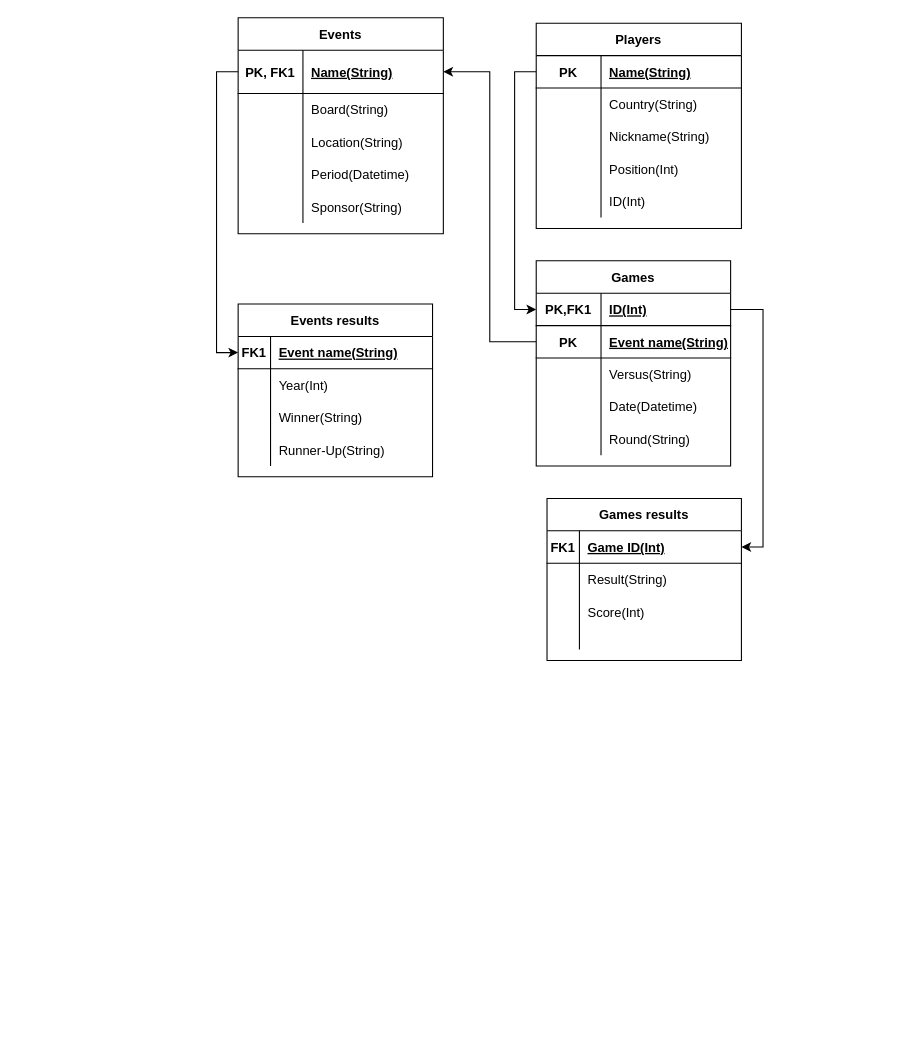
Before: page "Page-2" (2 of 2) of rgrERD.drawio in Kochtyan/VisProgRGR, a draw.io diagram. Source tidied: cells renumbered, new cells numbered last; positions are measured from the earlier drawing's top-left corner, leaving out a move shared by most shapes. Both pictures are drawn from the tidied source at 108%, with x=0, y=0 at pixel (238, 17).
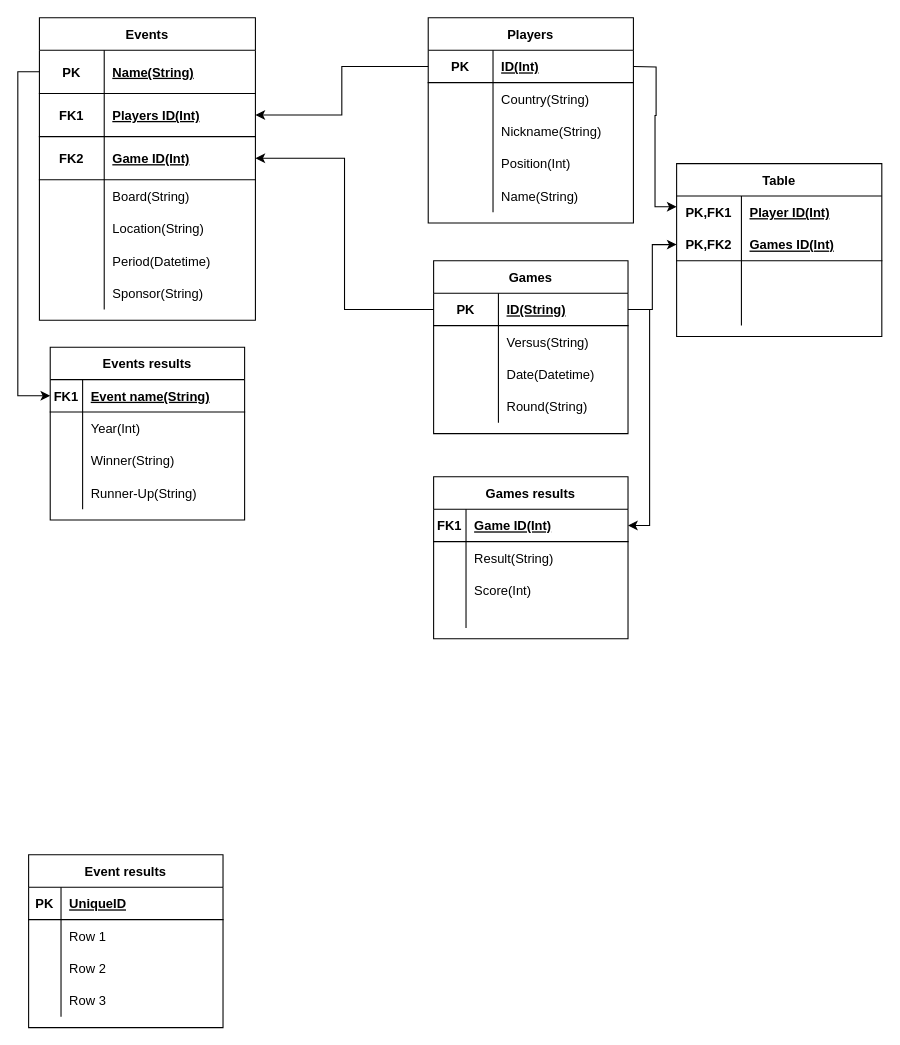
The same diagram, later.

Unchanged cells that the change refers to:
```xml
<mxCell id="3" style="shape=tableRow;horizontal=0;startSize=0;swimlaneHead=0;swimlaneBody=0;fillColor=none;points=[[0,0.5],[1,0.5]];portConstraint=eastwest;top=0;left=0;right=0;bottom=1;" parent="2" vertex="1">
  <mxGeometry y="30" width="190" height="30" as="geometry" />
</mxCell>
<mxCell id="15" style="shape=tableRow;horizontal=0;startSize=0;swimlaneHead=0;swimlaneBody=0;fillColor=none;top=0;left=0;right=0;bottom=0;" parent="2" vertex="1">
  <mxGeometry y="150" width="190" height="30" as="geometry" />
</mxCell>
<mxCell id="51" style="shape=tableRow;horizontal=0;startSize=0;swimlaneHead=0;swimlaneBody=0;fillColor=none;points=[[0,0.5],[1,0.5]];portConstraint=eastwest;top=0;left=0;right=0;bottom=1;" parent="50" vertex="1">
  <mxGeometry y="30" width="180" height="30" as="geometry" />
</mxCell>
<mxCell id="66" style="shape=tableRow;horizontal=0;startSize=0;swimlaneHead=0;swimlaneBody=0;fillColor=none;points=[[0,0.5],[1,0.5]];portConstraint=eastwest;top=0;left=0;right=0;bottom=1;" parent="65" vertex="1">
  <mxGeometry y="30" width="180" height="30" as="geometry" />
</mxCell>
```

What changed in the source:
```diff
@@
     <mxCell id="2" value="Players" style="shape=table;startSize=30;childLayout=tableLayout;rowLines=0;fontStyle=1;align=center;" parent="1" vertex="1">
-      <mxGeometry x="276" y="5" width="190" height="190" as="geometry" />
+      <mxGeometry x="176" width="190" height="190" as="geometry" />
     </mxCell>
@@
-    <mxCell id="5" value="Name(String)" style="shape=partialRectangle;fillColor=none;top=0;left=0;bottom=0;right=0;align=left;spacingLeft=6;fontStyle=5;overflow=hidden;" parent="3" vertex="1">
-      <mxGeometry x="60" width="130" height="30" as="geometry" />
-    </mxCell>
+    <mxCell id="37" value="ID(Int)" style="shape=partialRectangle;fillColor=none;top=0;left=0;bottom=0;right=0;align=left;spacingLeft=6;fontStyle=5;overflow=hidden;" parent="3" vertex="1">
+      <mxGeometry x="60" width="130" height="30" as="geometry" />
+    </mxCell>
@@
-    <mxCell id="17" value="ID(Int)" style="shape=partialRectangle;fillColor=none;top=0;left=0;bottom=0;right=0;align=left;spacingLeft=6;overflow=hidden;" parent="15" vertex="1">
+    <mxCell id="17" value="Name(String)" style="shape=partialRectangle;fillColor=none;top=0;left=0;bottom=0;right=0;align=left;spacingLeft=6;overflow=hidden;" parent="15" vertex="1">
       <mxGeometry x="60" width="130" height="30" as="geometry" />
     </mxCell>
     <mxCell id="18" value="Events" style="shape=table;startSize=30;childLayout=tableLayout;rowLines=0;fontStyle=1;align=center;" parent="1" vertex="1">
-      <mxGeometry width="190" height="200" as="geometry" />
+      <mxGeometry x="-184" width="200" height="280" as="geometry" />
     </mxCell>
+    <mxCell id="80" style="shape=tableRow;horizontal=0;startSize=0;swimlaneHead=0;swimlaneBody=0;fillColor=none;points=[[0,0.5],[1,0.5]];portConstraint=eastwest;top=0;left=0;right=0;bottom=1;" parent="18" vertex="1">
+      <mxGeometry y="30" width="200" height="40" as="geometry" />
+    </mxCell>
+    <mxCell id="81" value="PK" style="shape=partialRectangle;fillColor=none;top=0;left=0;bottom=0;right=0;fontStyle=1;overflow=hidden;" parent="80" vertex="1">
+      <mxGeometry width="60" height="40" as="geometry" />
+    </mxCell>
+    <mxCell id="5" value="Name(String)" style="shape=partialRectangle;fillColor=none;top=0;left=0;bottom=0;right=0;align=left;spacingLeft=6;fontStyle=5;overflow=hidden;" parent="80" vertex="1">
+      <mxGeometry x="60" width="140" height="40" as="geometry" />
+    </mxCell>
+    <mxCell id="82" style="shape=tableRow;horizontal=0;startSize=0;swimlaneHead=0;swimlaneBody=0;fillColor=none;points=[[0,0.5],[1,0.5]];portConstraint=eastwest;top=0;left=0;right=0;bottom=1;" parent="18" vertex="1">
+      <mxGeometry y="70" width="200" height="40" as="geometry" />
+    </mxCell>
+    <mxCell id="83" value="FK1" style="shape=partialRectangle;fillColor=none;top=0;left=0;bottom=0;right=0;fontStyle=1;overflow=hidden;" parent="82" vertex="1">
+      <mxGeometry width="60" height="40" as="geometry" />
+    </mxCell>
+    <mxCell id="84" value="Players ID(Int)" style="shape=partialRectangle;fillColor=none;top=0;left=0;bottom=0;right=0;align=left;spacingLeft=6;fontStyle=5;overflow=hidden;" parent="82" vertex="1">
+      <mxGeometry x="60" width="140" height="40" as="geometry" />
+    </mxCell>
     <mxCell id="19" style="shape=tableRow;horizontal=0;startSize=0;swimlaneHead=0;swimlaneBody=0;fillColor=none;points=[[0,0.5],[1,0.5]];portConstraint=eastwest;top=0;left=0;right=0;bottom=1;" parent="18" vertex="1">
-      <mxGeometry y="30" width="190" height="40" as="geometry" />
+      <mxGeometry y="110" width="200" height="40" as="geometry" />
     </mxCell>
-    <mxCell id="20" value="PK, FK1" style="shape=partialRectangle;fillColor=none;top=0;left=0;bottom=0;right=0;fontStyle=1;overflow=hidden;" parent="19" vertex="1">
+    <mxCell id="20" value="FK2" style="shape=partialRectangle;fillColor=none;top=0;left=0;bottom=0;right=0;fontStyle=1;overflow=hidden;" parent="19" vertex="1">
       <mxGeometry width="60" height="40" as="geometry" />
     </mxCell>
-    <mxCell id="21" value="Name(String)" style="shape=partialRectangle;fillColor=none;top=0;left=0;bottom=0;right=0;align=left;spacingLeft=6;fontStyle=5;overflow=hidden;" parent="19" vertex="1">
-      <mxGeometry x="60" width="130" height="40" as="geometry" />
+    <mxCell id="21" value="Game ID(Int)" style="shape=partialRectangle;fillColor=none;top=0;left=0;bottom=0;right=0;align=left;spacingLeft=6;fontStyle=5;overflow=hidden;" parent="19" vertex="1">
+      <mxGeometry x="60" width="140" height="40" as="geometry" />
     </mxCell>
     <mxCell id="22" style="shape=tableRow;horizontal=0;startSize=0;swimlaneHead=0;swimlaneBody=0;fillColor=none;top=0;left=0;right=0;bottom=0;" parent="18" vertex="1">
-      <mxGeometry y="70" width="190" height="30" as="geometry" />
+      <mxGeometry y="150" width="200" height="30" as="geometry" />
     </mxCell>
@@
     <mxCell id="24" value="Board(String)" style="shape=partialRectangle;fillColor=none;top=0;left=0;bottom=0;right=0;align=left;spacingLeft=6;overflow=hidden;" parent="22" vertex="1">
-      <mxGeometry x="60" width="130" height="30" as="geometry" />
+      <mxGeometry x="60" width="140" height="30" as="geometry" />
     </mxCell>
     <mxCell id="25" style="shape=tableRow;horizontal=0;startSize=0;swimlaneHead=0;swimlaneBody=0;fillColor=none;top=0;left=0;right=0;bottom=0;" parent="18" vertex="1">
-      <mxGeometry y="100" width="190" height="30" as="geometry" />
+      <mxGeometry y="180" width="200" height="30" as="geometry" />
     </mxCell>
@@
     <mxCell id="27" value="Location(String)" style="shape=partialRectangle;fillColor=none;top=0;left=0;bottom=0;right=0;align=left;spacingLeft=6;overflow=hidden;" parent="25" vertex="1">
-      <mxGeometry x="60" width="130" height="30" as="geometry" />
+      <mxGeometry x="60" width="140" height="30" as="geometry" />
     </mxCell>
     <mxCell id="28" style="shape=tableRow;horizontal=0;startSize=0;swimlaneHead=0;swimlaneBody=0;fillColor=none;top=0;left=0;right=0;bottom=0;" parent="18" vertex="1">
-      <mxGeometry y="130" width="190" height="30" as="geometry" />
+      <mxGeometry y="210" width="200" height="30" as="geometry" />
     </mxCell>
@@
     <mxCell id="30" value="Period(Datetime)" style="shape=partialRectangle;fillColor=none;top=0;left=0;bottom=0;right=0;align=left;spacingLeft=6;overflow=hidden;" parent="28" vertex="1">
-      <mxGeometry x="60" width="130" height="30" as="geometry" />
+      <mxGeometry x="60" width="140" height="30" as="geometry" />
     </mxCell>
     <mxCell id="31" style="shape=tableRow;horizontal=0;startSize=0;swimlaneHead=0;swimlaneBody=0;fillColor=none;top=0;left=0;right=0;bottom=0;" parent="18" vertex="1">
-      <mxGeometry y="160" width="190" height="30" as="geometry" />
+      <mxGeometry y="240" width="200" height="30" as="geometry" />
     </mxCell>
@@
     <mxCell id="33" value="Sponsor(String)" style="shape=partialRectangle;fillColor=none;top=0;left=0;bottom=0;right=0;align=left;spacingLeft=6;overflow=hidden;" parent="31" vertex="1">
-      <mxGeometry x="60" width="130" height="30" as="geometry" />
+      <mxGeometry x="60" width="140" height="30" as="geometry" />
     </mxCell>
     <mxCell id="34" value="Games" style="shape=table;startSize=30;childLayout=tableLayout;rowLines=0;fontStyle=1;align=center;" parent="1" vertex="1">
-      <mxGeometry x="276" y="225" width="180" height="190" as="geometry" />
+      <mxGeometry x="181" y="225" width="180" height="160" as="geometry" />
     </mxCell>
-    <mxCell id="35" style="shape=tableRow;horizontal=0;startSize=0;swimlaneHead=0;swimlaneBody=0;fillColor=none;points=[[0,0.5],[1,0.5]];portConstraint=eastwest;top=0;left=0;right=0;bottom=1;" parent="34" vertex="1">
-      <mxGeometry y="30" width="180" height="30" as="geometry" />
-    </mxCell>
-    <mxCell id="36" value="PK,FK1" style="shape=partialRectangle;fillColor=none;top=0;left=0;bottom=0;right=0;fontStyle=1;overflow=hidden;" parent="35" vertex="1">
-      <mxGeometry width="60" height="30" as="geometry" />
-    </mxCell>
-    <mxCell id="37" value="ID(Int)" style="shape=partialRectangle;fillColor=none;top=0;left=0;bottom=0;right=0;align=left;spacingLeft=6;fontStyle=5;overflow=hidden;" parent="35" vertex="1">
-      <mxGeometry x="60" width="120" height="30" as="geometry" />
-    </mxCell>
     <mxCell id="38" style="shape=tableRow;horizontal=0;startSize=0;swimlaneHead=0;swimlaneBody=0;fillColor=none;points=[[0,0.5],[1,0.5]];portConstraint=eastwest;top=0;left=0;right=0;bottom=1;" parent="34" vertex="1">
-      <mxGeometry y="60" width="180" height="30" as="geometry" />
+      <mxGeometry y="30" width="180" height="30" as="geometry" />
     </mxCell>
@@
-    <mxCell id="40" value="Event name(String)" style="shape=partialRectangle;fillColor=none;top=0;left=0;bottom=0;right=0;align=left;spacingLeft=6;fontStyle=5;overflow=hidden;" parent="38" vertex="1">
+    <mxCell id="40" value="ID(String)" style="shape=partialRectangle;fillColor=none;top=0;left=0;bottom=0;right=0;align=left;spacingLeft=6;fontStyle=5;overflow=hidden;" parent="38" vertex="1">
       <mxGeometry x="60" width="120" height="30" as="geometry" />
     </mxCell>
     <mxCell id="41" style="shape=tableRow;horizontal=0;startSize=0;swimlaneHead=0;swimlaneBody=0;fillColor=none;top=0;left=0;right=0;bottom=0;" parent="34" vertex="1">
-      <mxGeometry y="90" width="180" height="30" as="geometry" />
+      <mxGeometry y="60" width="180" height="30" as="geometry" />
     </mxCell>
@@
     <mxCell id="44" style="shape=tableRow;horizontal=0;startSize=0;swimlaneHead=0;swimlaneBody=0;fillColor=none;top=0;left=0;right=0;bottom=0;" parent="34" vertex="1">
-      <mxGeometry y="120" width="180" height="30" as="geometry" />
+      <mxGeometry y="90" width="180" height="30" as="geometry" />
     </mxCell>
@@
     <mxCell id="47" style="shape=tableRow;horizontal=0;startSize=0;swimlaneHead=0;swimlaneBody=0;fillColor=none;top=0;left=0;right=0;bottom=0;" parent="34" vertex="1">
-      <mxGeometry y="150" width="180" height="30" as="geometry" />
+      <mxGeometry y="120" width="180" height="30" as="geometry" />
     </mxCell>
@@
     <mxCell id="50" value="Games results" style="shape=table;startSize=30;childLayout=tableLayout;rowLines=0;fontStyle=1;align=center;" parent="1" vertex="1">
-      <mxGeometry x="286" y="445" width="180" height="150" as="geometry" />
+      <mxGeometry x="181" y="425" width="180" height="150" as="geometry" />
     </mxCell>
@@
-    <mxCell id="63" style="edgeStyle=orthogonalEdgeStyle;rounded=0;jettySize=auto;html=1;exitX=0;exitY=0.5;exitDx=0;exitDy=0;entryX=0;entryY=0.5;entryDx=0;entryDy=0;" parent="1" edge="1" source="3" target="35">
-      <mxGeometry relative="1" as="geometry" />
-    </mxCell>
-    <mxCell id="64" style="edgeStyle=orthogonalEdgeStyle;rounded=0;jettySize=auto;html=1;entryX=1;entryY=0.5;entryDx=0;entryDy=0;" parent="1" edge="1" source="35" target="51">
-      <mxGeometry relative="1" as="geometry" />
-    </mxCell>
     <mxCell id="65" value="Events results" style="shape=table;startSize=30;childLayout=tableLayout;rowLines=0;fontStyle=1;align=center;" parent="1" vertex="1">
-      <mxGeometry y="265" width="180" height="160" as="geometry" />
+      <mxGeometry x="-174" y="305" width="180" height="160" as="geometry" />
     </mxCell>
@@
-    <mxCell id="79" style="edgeStyle=orthogonalEdgeStyle;rounded=0;jettySize=auto;html=1;entryX=0;entryY=0.5;entryDx=0;entryDy=0;" parent="1" edge="1" source="19" target="66">
-      <mxGeometry relative="1" as="geometry" />
-    </mxCell>
+    <mxCell id="85" value="Event results" style="shape=table;startSize=30;childLayout=tableLayout;rowLines=0;fontStyle=1;align=center;" parent="1" vertex="1">
+      <mxGeometry x="-194" y="775" width="180" height="160" as="geometry" />
+    </mxCell>
+    <mxCell id="35" style="shape=tableRow;horizontal=0;startSize=0;swimlaneHead=0;swimlaneBody=0;fillColor=none;points=[[0,0.5],[1,0.5]];portConstraint=eastwest;top=0;left=0;right=0;bottom=1;" parent="85" vertex="1">
+      <mxGeometry y="30" width="180" height="30" as="geometry" />
+    </mxCell>
+    <mxCell id="86" value="PK" style="shape=partialRectangle;fillColor=none;top=0;left=0;bottom=0;right=0;fontStyle=1;overflow=hidden;" parent="35" vertex="1">
+      <mxGeometry width="30" height="30" as="geometry" />
+    </mxCell>
+    <mxCell id="87" value="UniqueID" style="shape=partialRectangle;fillColor=none;top=0;left=0;bottom=0;right=0;align=left;spacingLeft=6;fontStyle=5;overflow=hidden;" parent="35" vertex="1">
+      <mxGeometry x="30" width="150" height="30" as="geometry" />
+    </mxCell>
+    <mxCell id="88" style="shape=tableRow;horizontal=0;startSize=0;swimlaneHead=0;swimlaneBody=0;fillColor=none;top=0;left=0;right=0;bottom=0;" parent="85" vertex="1">
+      <mxGeometry y="60" width="180" height="30" as="geometry" />
+    </mxCell>
+    <mxCell id="89" style="shape=partialRectangle;fillColor=none;top=0;left=0;bottom=0;right=0;overflow=hidden;" parent="88" vertex="1">
+      <mxGeometry width="30" height="30" as="geometry" />
+    </mxCell>
+    <mxCell id="90" value="Row 1" style="shape=partialRectangle;fillColor=none;top=0;left=0;bottom=0;right=0;align=left;spacingLeft=6;overflow=hidden;" parent="88" vertex="1">
+      <mxGeometry x="30" width="150" height="30" as="geometry" />
+    </mxCell>
+    <mxCell id="91" style="shape=tableRow;horizontal=0;startSize=0;swimlaneHead=0;swimlaneBody=0;fillColor=none;top=0;left=0;right=0;bottom=0;" parent="85" vertex="1">
+      <mxGeometry y="90" width="180" height="30" as="geometry" />
+    </mxCell>
+    <mxCell id="92" style="shape=partialRectangle;fillColor=none;top=0;left=0;bottom=0;right=0;overflow=hidden;" parent="91" vertex="1">
+      <mxGeometry width="30" height="30" as="geometry" />
+    </mxCell>
+    <mxCell id="93" value="Row 2" style="shape=partialRectangle;fillColor=none;top=0;left=0;bottom=0;right=0;align=left;spacingLeft=6;overflow=hidden;" parent="91" vertex="1">
+      <mxGeometry x="30" width="150" height="30" as="geometry" />
+    </mxCell>
+    <mxCell id="94" style="shape=tableRow;horizontal=0;startSize=0;swimlaneHead=0;swimlaneBody=0;fillColor=none;top=0;left=0;right=0;bottom=0;" parent="85" vertex="1">
+      <mxGeometry y="120" width="180" height="30" as="geometry" />
+    </mxCell>
+    <mxCell id="95" style="shape=partialRectangle;fillColor=none;top=0;left=0;bottom=0;right=0;overflow=hidden;" parent="94" vertex="1">
+      <mxGeometry width="30" height="30" as="geometry" />
+    </mxCell>
+    <mxCell id="96" value="Row 3" style="shape=partialRectangle;fillColor=none;top=0;left=0;bottom=0;right=0;align=left;spacingLeft=6;overflow=hidden;" parent="94" vertex="1">
+      <mxGeometry x="30" width="150" height="30" as="geometry" />
+    </mxCell>
+    <mxCell id="97" style="edgeStyle=orthogonalEdgeStyle;rounded=0;jettySize=auto;html=1;exitX=0;exitY=0.5;exitDx=0;exitDy=0;entryX=0;entryY=0.5;entryDx=0;entryDy=0;" parent="1" edge="1" source="80" target="66">
+      <mxGeometry relative="1" as="geometry" />
+    </mxCell>
+    <mxCell id="98" style="edgeStyle=orthogonalEdgeStyle;rounded=0;jettySize=auto;html=1;exitX=1;exitY=0.5;exitDx=0;exitDy=0;entryX=1;entryY=0.5;entryDx=0;entryDy=0;" parent="1" edge="1" source="38" target="51">
+      <mxGeometry relative="1" as="geometry" />
+    </mxCell>
+    <mxCell id="99" value="Table" style="shape=table;startSize=30;childLayout=tableLayout;rowLines=0;fontStyle=1;align=center;" parent="1" vertex="1">
+      <mxGeometry x="406" y="135" width="190" height="160" as="geometry" />
+    </mxCell>
+    <mxCell id="100" style="shape=tableRow;horizontal=0;startSize=0;swimlaneHead=0;swimlaneBody=0;fillColor=none;top=0;left=0;right=0;bottom=0;" parent="99" vertex="1">
+      <mxGeometry y="30" width="190" height="30" as="geometry" />
+    </mxCell>
+    <mxCell id="36" value="PK,FK1" style="shape=partialRectangle;fillColor=none;top=0;left=0;bottom=0;right=0;fontStyle=1;overflow=hidden;" parent="100" vertex="1">
+      <mxGeometry width="60" height="30" as="geometry" />
+    </mxCell>
+    <mxCell id="101" value="Player ID(Int)" style="shape=partialRectangle;fillColor=none;top=0;left=0;bottom=0;right=0;align=left;spacingLeft=6;fontStyle=5;overflow=hidden;" parent="100" vertex="1">
+      <mxGeometry x="60" width="130" height="30" as="geometry" />
+    </mxCell>
+    <mxCell id="102" style="shape=tableRow;horizontal=0;startSize=0;swimlaneHead=0;swimlaneBody=0;fillColor=none;points=[[0,0.5],[1,0.5]];portConstraint=eastwest;top=0;left=0;right=0;bottom=1;" parent="99" vertex="1">
+      <mxGeometry y="60" width="190" height="30" as="geometry" />
+    </mxCell>
+    <mxCell id="103" value="PK,FK2" style="shape=partialRectangle;fillColor=none;top=0;left=0;bottom=0;right=0;fontStyle=1;overflow=hidden;" parent="102" vertex="1">
+      <mxGeometry width="60" height="30" as="geometry" />
+    </mxCell>
+    <mxCell id="104" value="Games ID(Int)" style="shape=partialRectangle;fillColor=none;top=0;left=0;bottom=0;right=0;align=left;spacingLeft=6;fontStyle=5;overflow=hidden;" parent="102" vertex="1">
+      <mxGeometry x="60" width="130" height="30" as="geometry" />
+    </mxCell>
+    <mxCell id="105" style="shape=tableRow;horizontal=0;startSize=0;swimlaneHead=0;swimlaneBody=0;fillColor=none;top=0;left=0;right=0;bottom=0;" parent="99" vertex="1">
+      <mxGeometry y="90" width="190" height="30" as="geometry" />
+    </mxCell>
+    <mxCell id="106" style="shape=partialRectangle;fillColor=none;top=0;left=0;bottom=0;right=0;overflow=hidden;" parent="105" vertex="1">
+      <mxGeometry width="60" height="30" as="geometry" />
+    </mxCell>
+    <mxCell id="107" style="shape=partialRectangle;fillColor=none;top=0;left=0;bottom=0;right=0;align=left;spacingLeft=6;overflow=hidden;" parent="105" vertex="1">
+      <mxGeometry x="60" width="130" height="30" as="geometry" />
+    </mxCell>
+    <mxCell id="108" style="shape=tableRow;horizontal=0;startSize=0;swimlaneHead=0;swimlaneBody=0;fillColor=none;top=0;left=0;right=0;bottom=0;" parent="99" vertex="1">
+      <mxGeometry y="120" width="190" height="30" as="geometry" />
+    </mxCell>
+    <mxCell id="109" style="shape=partialRectangle;fillColor=none;top=0;left=0;bottom=0;right=0;overflow=hidden;" parent="108" vertex="1">
+      <mxGeometry width="60" height="30" as="geometry" />
+    </mxCell>
+    <mxCell id="110" style="shape=partialRectangle;fillColor=none;top=0;left=0;bottom=0;right=0;align=left;spacingLeft=6;overflow=hidden;" parent="108" vertex="1">
+      <mxGeometry x="60" width="130" height="30" as="geometry" />
+    </mxCell>
+    <mxCell id="111" style="edgeStyle=orthogonalEdgeStyle;rounded=0;jettySize=auto;html=1;exitX=1;exitY=0.5;exitDx=0;exitDy=0;entryX=0;entryY=0.25;entryDx=0;entryDy=0;" parent="1" edge="1" target="99">
+      <mxGeometry relative="1" as="geometry">
+        <mxPoint x="366" y="45" as="sourcePoint" />
+      </mxGeometry>
+    </mxCell>
+    <mxCell id="112" style="edgeStyle=orthogonalEdgeStyle;rounded=0;jettySize=auto;html=1;exitX=1;exitY=0.5;exitDx=0;exitDy=0;entryX=0;entryY=0.5;entryDx=0;entryDy=0;" parent="1" edge="1" source="38" target="102">
+      <mxGeometry relative="1" as="geometry" />
+    </mxCell>
+    <mxCell id="113" style="edgeStyle=orthogonalEdgeStyle;rounded=0;jettySize=auto;html=1;exitX=0;exitY=0.5;exitDx=0;exitDy=0;entryX=1;entryY=0.5;entryDx=0;entryDy=0;" parent="1" edge="1" source="3" target="82">
+      <mxGeometry relative="1" as="geometry" />
+    </mxCell>
```
